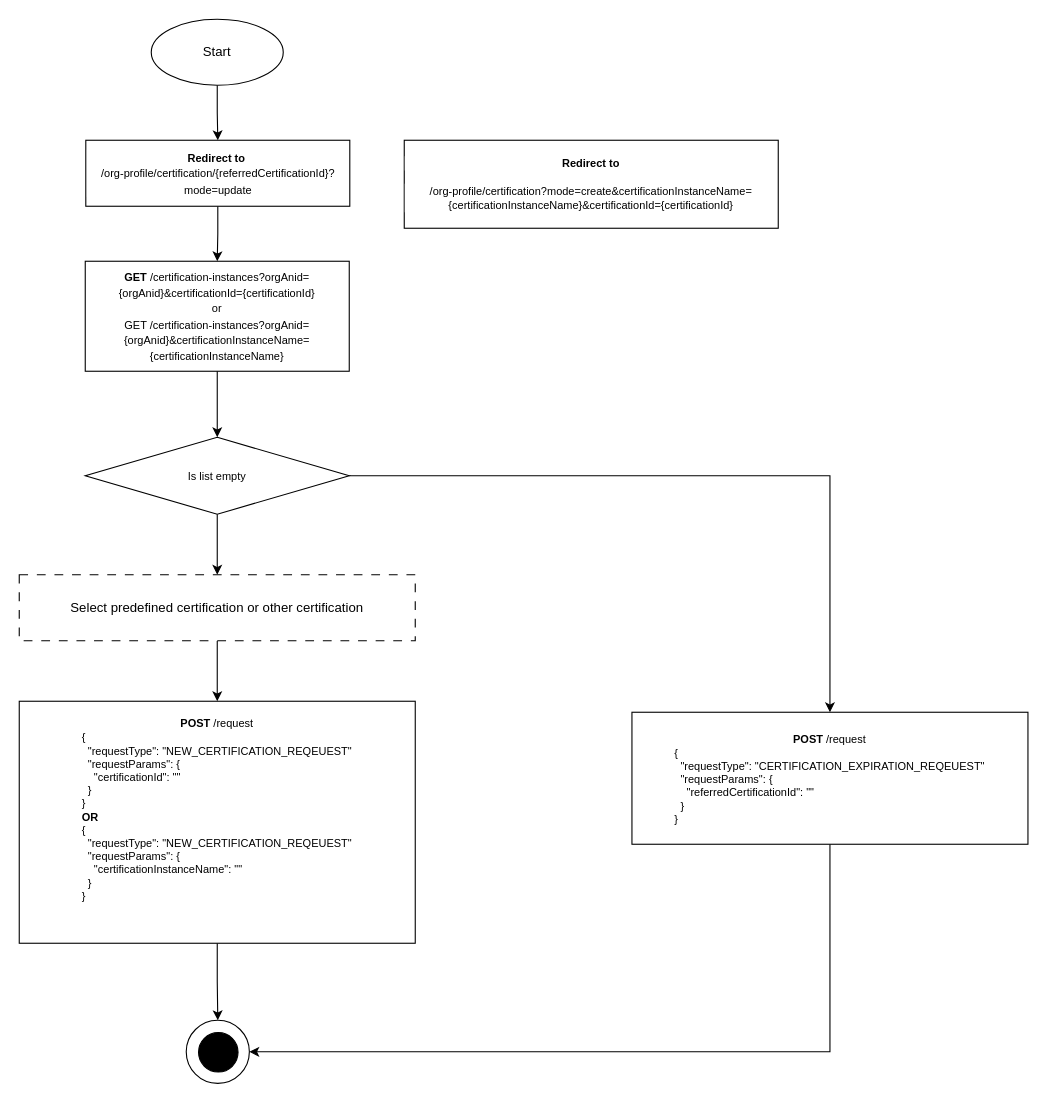
This is page "UI respond request flow" (6 of 7) of request-2.drawio from huangshijie/Drawio, a draw.io file, before an edit. Source tidied: cells renumbered, new cells numbered last; positions are measured from the earlier drawing's top-left corner, leaving out a move shared by most shapes. Both pictures are drawn from the tidied source at 110%, with x=0, y=0 at pixel (19, 19).
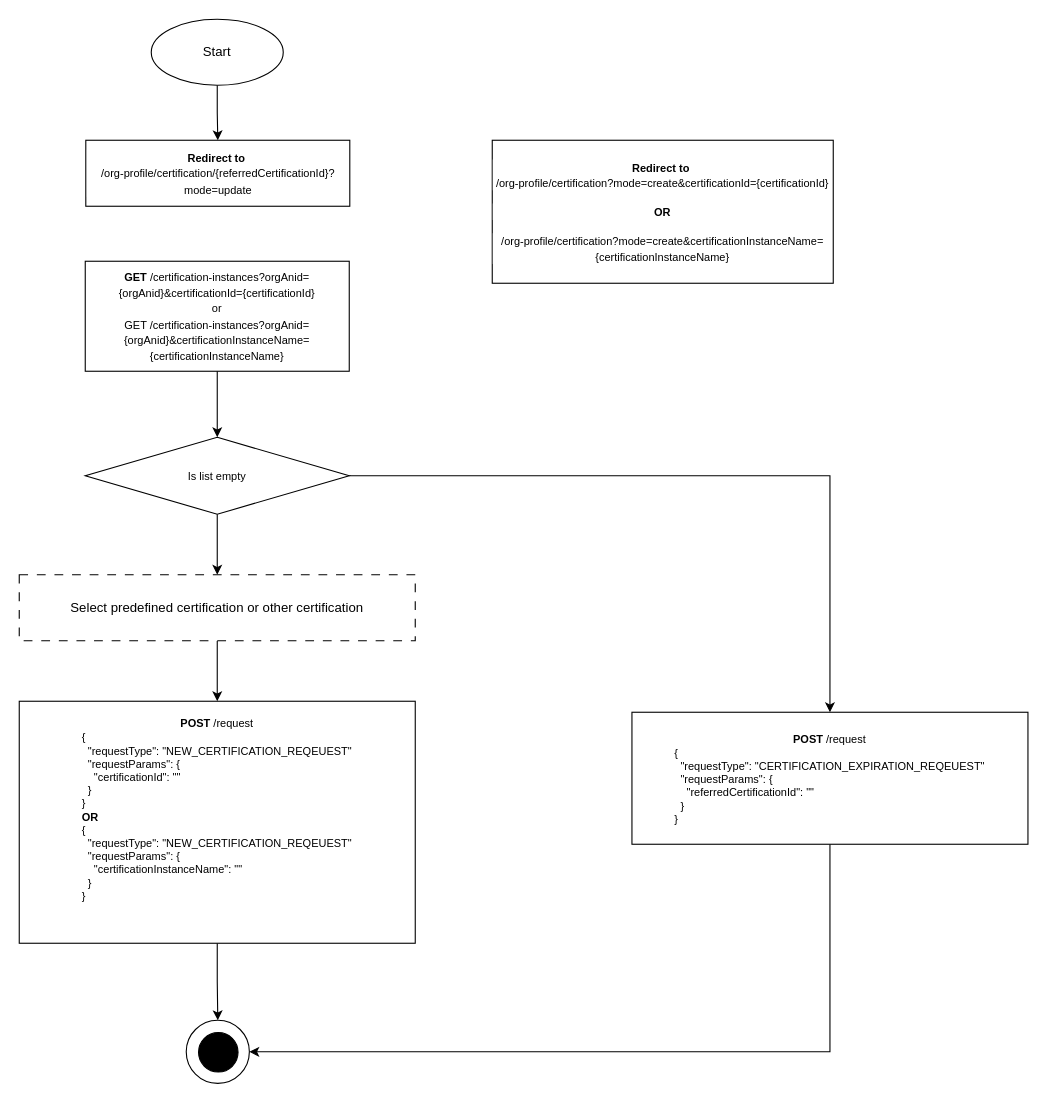
The same page after the edit.

Diff of the diagram source:
```diff
@@
 <mxGraphModel>
   <root>
     <mxCell id="0" />
     <mxCell id="1" parent="0" />
     <mxCell id="2" style="edgeStyle=orthogonalEdgeStyle;rounded=0;jettySize=auto;html=1;entryX=0.5;entryY=0;entryDx=0;entryDy=0;" parent="1" edge="1" source="3" target="8">
       <mxGeometry relative="1" as="geometry" />
     </mxCell>
     <mxCell id="3" value="&lt;font style=&quot;font-size: 10px;&quot;&gt;&lt;b&gt;POST&lt;/b&gt; /request&lt;br&gt;&lt;div style=&quot;text-align: left;&quot;&gt;&lt;span style=&quot;background-color: initial;&quot;&gt;{&lt;/span&gt;&lt;/div&gt;&lt;div style=&quot;text-align: left;&quot;&gt;&lt;span style=&quot;background-color: initial;&quot;&gt;&amp;nbsp; &quot;requestType&quot;: &quot;NEW_CERTIFICATION_REQEUEST&quot;&lt;/span&gt;&lt;/div&gt;&lt;div style=&quot;text-align: left;&quot;&gt;&lt;span style=&quot;background-color: initial;&quot;&gt;&amp;nbsp; &quot;requestParams&quot;: {&lt;/span&gt;&lt;/div&gt;&lt;div style=&quot;text-align: left;&quot;&gt;&lt;span style=&quot;background-color: initial;&quot;&gt;&amp;nbsp; &amp;nbsp; &quot;certificationId&quot;: &quot;&quot;&lt;/span&gt;&lt;/div&gt;&lt;div style=&quot;text-align: left;&quot;&gt;&lt;span style=&quot;background-color: initial;&quot;&gt;&amp;nbsp; }&lt;/span&gt;&lt;/div&gt;&lt;div style=&quot;text-align: left;&quot;&gt;&lt;span style=&quot;background-color: initial;&quot;&gt;}&lt;/span&gt;&lt;/div&gt;&lt;div style=&quot;text-align: left;&quot;&gt;&lt;span style=&quot;background-color: initial;&quot;&gt;&lt;b&gt;OR&lt;/b&gt;&lt;/span&gt;&lt;/div&gt;&lt;div style=&quot;text-align: left;&quot;&gt;&lt;div style=&quot;border-color: var(--border-color);&quot;&gt;{&lt;/div&gt;&lt;div style=&quot;border-color: var(--border-color);&quot;&gt;&lt;span style=&quot;border-color: var(--border-color); background-color: initial;&quot;&gt;&amp;nbsp; &quot;requestType&quot;: &quot;NEW_CERTIFICATION_REQEUEST&quot;&lt;/span&gt;&lt;/div&gt;&lt;div style=&quot;border-color: var(--border-color);&quot;&gt;&lt;span style=&quot;border-color: var(--border-color); background-color: initial;&quot;&gt;&amp;nbsp; &quot;requestParams&quot;: {&lt;/span&gt;&lt;/div&gt;&lt;div style=&quot;border-color: var(--border-color);&quot;&gt;&lt;span style=&quot;border-color: var(--border-color); background-color: initial;&quot;&gt;&amp;nbsp; &amp;nbsp; &quot;certificationInstanceName&quot;: &quot;&quot;&lt;/span&gt;&lt;/div&gt;&lt;div style=&quot;border-color: var(--border-color);&quot;&gt;&lt;span style=&quot;border-color: var(--border-color); background-color: initial;&quot;&gt;&amp;nbsp; }&lt;/span&gt;&lt;/div&gt;&lt;div style=&quot;border-color: var(--border-color);&quot;&gt;&lt;span style=&quot;border-color: var(--border-color); background-color: initial;&quot;&gt;}&lt;/span&gt;&lt;/div&gt;&lt;/div&gt;&lt;div style=&quot;text-align: left;&quot;&gt;&lt;br&gt;&lt;/div&gt;&lt;div style=&quot;text-align: left;&quot;&gt;&lt;div style=&quot;border-color: var(--border-color);&quot;&gt;&lt;br&gt;&lt;/div&gt;&lt;/div&gt;&lt;/font&gt;" style="rounded=0;whiteSpace=wrap;html=1;" parent="1" vertex="1">
       <mxGeometry y="620" width="360" height="220" as="geometry" />
     </mxCell>
     <mxCell id="4" style="edgeStyle=orthogonalEdgeStyle;rounded=0;jettySize=auto;html=1;" parent="1" edge="1" source="5" target="18">
       <mxGeometry relative="1" as="geometry" />
     </mxCell>
     <mxCell id="5" value="Start" style="ellipse;whiteSpace=wrap;html=1;" parent="1" vertex="1">
       <mxGeometry x="120" width="120" height="60" as="geometry" />
     </mxCell>
     <mxCell id="6" value="&lt;font style=&quot;font-size: 10px;&quot;&gt;&lt;b&gt;GET&lt;/b&gt; /certification-instances?orgAnid={orgAnid}&amp;amp;certificationId={certificationId}&lt;br&gt;or&lt;br&gt;GET /certification-instances?orgAnid={orgAnid}&amp;amp;certificationInstanceName={certificationInstanceName}&lt;/font&gt;" style="rounded=0;whiteSpace=wrap;html=1;" parent="1" vertex="1">
       <mxGeometry x="60" y="220" width="240" height="100" as="geometry" />
     </mxCell>
     <mxCell id="7" style="edgeStyle=orthogonalEdgeStyle;rounded=0;jettySize=auto;html=1;entryX=0.5;entryY=0;entryDx=0;entryDy=0;" parent="1" edge="1" source="6" target="12">
       <mxGeometry relative="1" as="geometry" />
     </mxCell>
     <mxCell id="8" style="ellipse;whiteSpace=wrap;html=1;" parent="1" vertex="1">
       <mxGeometry x="151.8" y="910" width="57.4" height="57.4" as="geometry" />
     </mxCell>
     <mxCell id="9" style="ellipse;whiteSpace=wrap;html=1;fillColor=#000000;" parent="1" vertex="1">
       <mxGeometry x="163" y="921.2" width="35.9" height="35.9" as="geometry" />
     </mxCell>
     <mxCell id="10" style="edgeStyle=orthogonalEdgeStyle;rounded=0;jettySize=auto;html=1;entryX=0.5;entryY=0;entryDx=0;entryDy=0;" parent="1" edge="1" source="12" target="16">
       <mxGeometry relative="1" as="geometry" />
     </mxCell>
     <mxCell id="11" style="edgeStyle=orthogonalEdgeStyle;rounded=0;jettySize=auto;html=1;" parent="1" edge="1" source="12" target="14">
       <mxGeometry relative="1" as="geometry" />
     </mxCell>
     <mxCell id="12" value="&lt;font style=&quot;font-size: 10px;&quot;&gt;Is list empty&lt;/font&gt;" style="rhombus;whiteSpace=wrap;html=1;" parent="1" vertex="1">
       <mxGeometry x="60" y="380" width="240" height="70" as="geometry" />
     </mxCell>
     <mxCell id="13" style="edgeStyle=orthogonalEdgeStyle;rounded=0;jettySize=auto;html=1;entryX=0.5;entryY=0;entryDx=0;entryDy=0;" parent="1" edge="1" source="14" target="3">
       <mxGeometry relative="1" as="geometry" />
     </mxCell>
     <mxCell id="14" value="Select predefined certification or other certification" style="rounded=0;whiteSpace=wrap;html=1;strokeColor=default;dashed=1;dashPattern=8 8;" parent="1" vertex="1">
       <mxGeometry y="505" width="360" height="60" as="geometry" />
     </mxCell>
     <mxCell id="15" style="edgeStyle=orthogonalEdgeStyle;rounded=0;jettySize=auto;html=1;entryX=1;entryY=0.5;entryDx=0;entryDy=0;exitX=0.5;exitY=1;exitDx=0;exitDy=0;" parent="1" edge="1" source="16" target="8">
       <mxGeometry relative="1" as="geometry" />
     </mxCell>
     <mxCell id="16" value="&lt;font style=&quot;font-size: 10px;&quot;&gt;&lt;b&gt;POST&lt;/b&gt; /request&lt;br&gt;&lt;div style=&quot;text-align: left;&quot;&gt;&lt;div style=&quot;border-color: var(--border-color);&quot;&gt;{&lt;/div&gt;&lt;div style=&quot;border-color: var(--border-color);&quot;&gt;&amp;nbsp; &quot;requestType&quot;: &quot;CERTIFICATION_EXPIRATION_REQEUEST&quot;&lt;/div&gt;&lt;div style=&quot;border-color: var(--border-color);&quot;&gt;&amp;nbsp; &quot;requestParams&quot;: {&lt;/div&gt;&lt;div style=&quot;border-color: var(--border-color);&quot;&gt;&amp;nbsp; &amp;nbsp; &quot;referredCertificationId&quot;: &quot;&quot;&lt;/div&gt;&lt;div style=&quot;border-color: var(--border-color);&quot;&gt;&lt;span style=&quot;border-color: var(--border-color); background-color: initial;&quot;&gt;&amp;nbsp; }&lt;/span&gt;&lt;/div&gt;&lt;div style=&quot;border-color: var(--border-color);&quot;&gt;&lt;span style=&quot;border-color: var(--border-color); background-color: initial;&quot;&gt;}&lt;/span&gt;&lt;/div&gt;&lt;/div&gt;&lt;/font&gt;" style="rounded=0;whiteSpace=wrap;html=1;" parent="1" vertex="1">
       <mxGeometry x="557" y="630" width="360" height="120" as="geometry" />
     </mxCell>
-    <mxCell id="17" style="edgeStyle=orthogonalEdgeStyle;rounded=0;jettySize=auto;html=1;entryX=0.5;entryY=0;entryDx=0;entryDy=0;" parent="1" edge="1" source="18" target="6">
-      <mxGeometry relative="1" as="geometry" />
-    </mxCell>
     <mxCell id="18" value="&lt;p style=&quot;background-color: rgb(255, 255, 255);&quot;&gt;&lt;font style=&quot;font-size: 10px;&quot;&gt;&lt;font style=&quot;&quot;&gt;&lt;b style=&quot;&quot;&gt;Redirect to&lt;/b&gt;&amp;nbsp;&lt;br&gt;&lt;/font&gt;/org-profile/certification/{referredCertificationId}?mode=update&lt;/font&gt;&lt;/p&gt;" style="rounded=0;whiteSpace=wrap;html=1;" parent="1" vertex="1">
       <mxGeometry x="60.5" y="110" width="240" height="60" as="geometry" />
     </mxCell>
-    <mxCell id="19" value="&lt;p style=&quot;background-color: rgb(255, 255, 255); line-height: 100%;&quot;&gt;&lt;font style=&quot;&quot;&gt;&lt;font style=&quot;font-size: 10px;&quot;&gt;&lt;b&gt;Redirect to&lt;/b&gt;&lt;/font&gt;&lt;/font&gt;&lt;/p&gt;&lt;p style=&quot;background-color: rgb(255, 255, 255); line-height: 100%;&quot;&gt;&lt;span style=&quot;font-size: 10px;&quot;&gt;/org-profile/certification?mode=create&amp;amp;certificationInstanceName={certificationInstanceName}&amp;amp;certificationId={certificationId}&lt;/span&gt;&lt;/p&gt;" style="rounded=0;whiteSpace=wrap;html=1;" parent="1" vertex="1">
-      <mxGeometry x="350" y="110" width="340" height="80" as="geometry" />
-    </mxCell>
+    <mxCell id="20" value="&lt;p style=&quot;background-color: rgb(255, 255, 255);&quot;&gt;&lt;font style=&quot;font-size: 10px;&quot;&gt;&lt;font style=&quot;&quot;&gt;&lt;b style=&quot;&quot;&gt;Redirect to&lt;/b&gt;&amp;nbsp;&lt;br&gt;&lt;/font&gt;/org-profile/certification?mode=create&amp;amp;certificationId={certificationId}&lt;br&gt;&lt;/font&gt;&lt;/p&gt;&lt;p style=&quot;background-color: rgb(255, 255, 255);&quot;&gt;&lt;font style=&quot;font-size: 10px;&quot;&gt;&lt;b&gt;OR&lt;/b&gt;&lt;/font&gt;&lt;/p&gt;&lt;p style=&quot;background-color: rgb(255, 255, 255);&quot;&gt;&lt;font style=&quot;font-size: 10px;&quot;&gt;/org-profile/certification?mode=create&amp;amp;certificationInstanceName={certificationInstanceName}&lt;br&gt;&lt;/font&gt;&lt;/p&gt;" style="rounded=0;whiteSpace=wrap;html=1;" parent="1" vertex="1">
+      <mxGeometry x="430" y="110" width="310" height="130" as="geometry" />
+    </mxCell>
   </root>
 </mxGraphModel>
```
